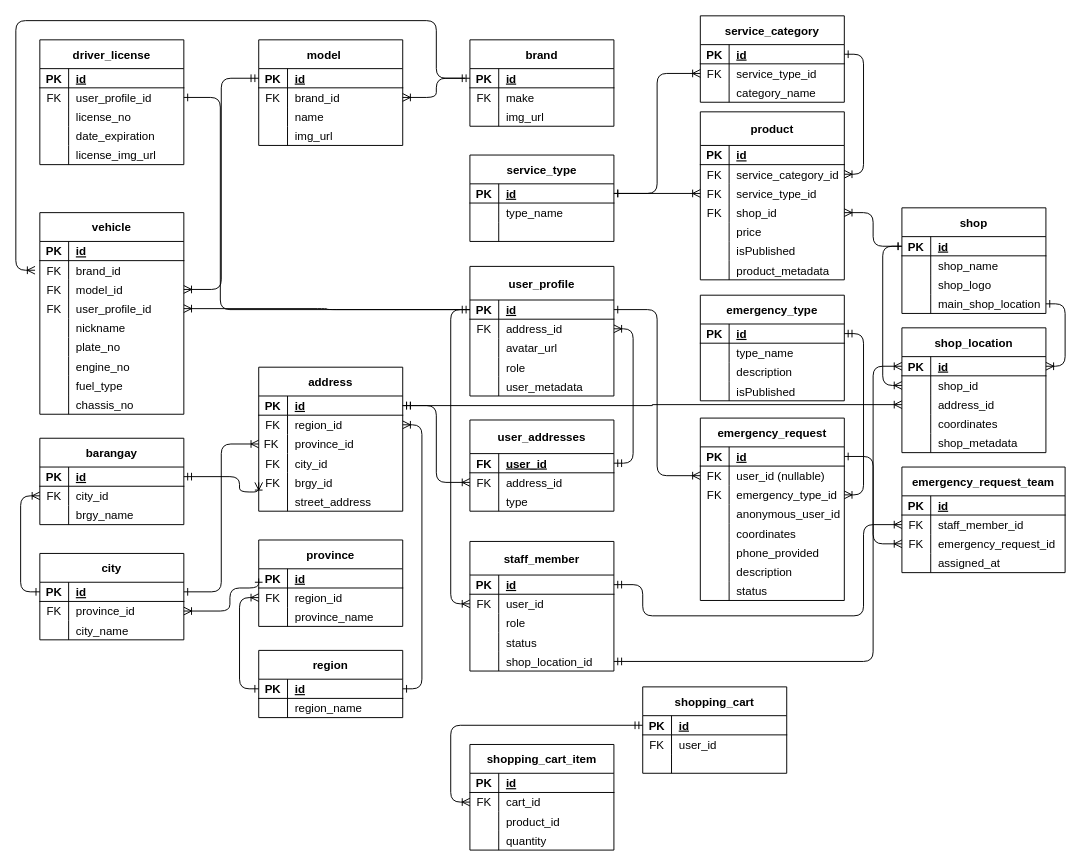
This is Untitled Diagram.drawio from PitZza04/drawIO, a draw.io file, before an edit. Source tidied: cells renumbered, new cells numbered last; positions are measured from the earlier drawing's top-left corner, leaving out a move shared by most shapes. Both pictures are drawn from the tidied source at 96%, with x=0, y=0 at pixel (15, 15).
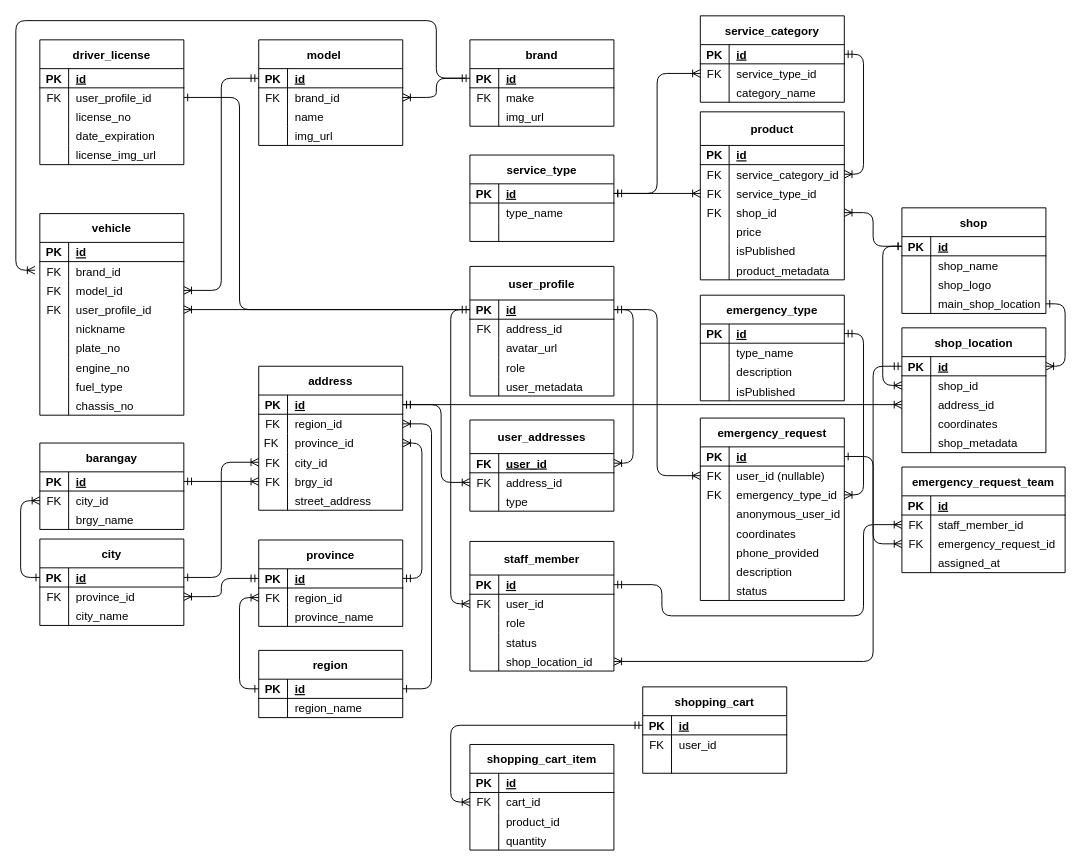
The same diagram, later.

Unchanged cells that the change refers to:
```xml
<mxCell id="6" style="shape=partialRectangle;fillColor=none;top=0;left=0;bottom=0;right=0;points=[[0,0.5],[1,0.5]];portConstraint=eastwest;" parent="2" vertex="1">
  <mxGeometry y="50" width="150" height="20" as="geometry" />
</mxCell>
<mxCell id="19" style="shape=partialRectangle;fillColor=none;top=0;left=0;bottom=1;right=0;points=[[0,0.5],[1,0.5]];portConstraint=eastwest;" parent="18" vertex="1">
  <mxGeometry y="35" width="150" height="20" as="geometry" />
</mxCell>
<mxCell id="22" style="shape=partialRectangle;fillColor=none;top=0;left=0;bottom=0;right=0;points=[[0,0.5],[1,0.5]];portConstraint=eastwest;" parent="18" vertex="1">
  <mxGeometry y="55" width="150" height="20" as="geometry" />
</mxCell>
<mxCell id="35" style="shape=partialRectangle;fillColor=none;top=0;left=0;bottom=1;right=0;points=[[0,0.5],[1,0.5]];portConstraint=eastwest;" parent="34" vertex="1">
  <mxGeometry y="30" width="150" height="20" as="geometry" />
</mxCell>
<mxCell id="38" style="shape=partialRectangle;fillColor=none;top=0;left=0;bottom=0;right=0;points=[[0,0.5],[1,0.5]];portConstraint=eastwest;" parent="34" vertex="1">
  <mxGeometry y="50" width="150" height="20" as="geometry" />
</mxCell>
<mxCell id="41" style="shape=partialRectangle;fillColor=none;top=0;left=0;bottom=0;right=0;points=[[0,0.5],[1,0.5]];portConstraint=eastwest;" parent="34" vertex="1">
  <mxGeometry y="70" width="150" height="20" as="geometry" />
</mxCell>
<mxCell id="44" style="shape=partialRectangle;fillColor=none;top=0;left=0;bottom=0;right=0;points=[[0,0.5],[1,0.5]];portConstraint=eastwest;" parent="34" vertex="1">
  <mxGeometry y="90" width="150" height="20" as="geometry" />
</mxCell>
<mxCell id="47" style="shape=partialRectangle;fillColor=none;top=0;left=0;bottom=0;right=0;points=[[0,0.5],[1,0.5]];portConstraint=eastwest;" parent="34" vertex="1">
  <mxGeometry y="110" width="150" height="20" as="geometry" />
</mxCell>
<mxCell id="54" style="shape=partialRectangle;fillColor=none;top=0;left=0;bottom=1;right=0;points=[[0,0.5],[1,0.5]];portConstraint=eastwest;" parent="53" vertex="1">
  <mxGeometry y="30" width="150" height="20" as="geometry" />
</mxCell>
<mxCell id="61" style="shape=partialRectangle;fillColor=none;top=0;left=0;bottom=1;right=0;points=[[0,0.5],[1,0.5]];portConstraint=eastwest;" parent="60" vertex="1">
  <mxGeometry y="30" width="150" height="20" as="geometry" />
</mxCell>
<mxCell id="64" style="shape=partialRectangle;fillColor=none;top=0;left=0;bottom=0;right=0;points=[[0,0.5],[1,0.5]];portConstraint=eastwest;" parent="60" vertex="1">
  <mxGeometry y="50" width="150" height="20" as="geometry" />
</mxCell>
<mxCell id="71" style="shape=partialRectangle;fillColor=none;top=0;left=0;bottom=1;right=0;points=[[0,0.5],[1,0.5]];portConstraint=eastwest;" parent="70" vertex="1">
  <mxGeometry y="30" width="150" height="20" as="geometry" />
</mxCell>
<mxCell id="81" style="shape=partialRectangle;fillColor=none;top=0;left=0;bottom=1;right=0;points=[[0,0.5],[1,0.5]];portConstraint=eastwest;" parent="80" vertex="1">
  <mxGeometry y="30" width="150" height="20" as="geometry" />
</mxCell>
<mxCell id="151" style="shape=partialRectangle;fillColor=none;top=0;left=0;bottom=0;right=0;points=[[0,0.5],[1,0.5]];portConstraint=eastwest;" parent="147" vertex="1">
  <mxGeometry y="55" width="150" height="20" as="geometry" />
</mxCell>
<mxCell id="170" style="shape=partialRectangle;fillColor=none;top=0;left=0;bottom=1;right=0;points=[[0,0.5],[1,0.5]];portConstraint=eastwest;" parent="169" vertex="1">
  <mxGeometry y="30" width="150" height="20" as="geometry" />
</mxCell>
<mxCell id="181" style="shape=partialRectangle;fillColor=none;top=0;left=0;bottom=1;right=0;points=[[0,0.5],[1,0.5]];portConstraint=eastwest;" parent="180" vertex="1">
  <mxGeometry y="30" width="150" height="20" as="geometry" />
</mxCell>
<mxCell id="184" style="shape=partialRectangle;fillColor=none;top=0;left=0;bottom=0;right=0;points=[[0,0.5],[1,0.5]];portConstraint=eastwest;" parent="180" vertex="1">
  <mxGeometry y="50" width="150" height="20" as="geometry" />
</mxCell>
<mxCell id="233" style="shape=partialRectangle;fillColor=none;top=0;left=0;bottom=1;right=0;points=[[0,0.5],[1,0.5]];portConstraint=eastwest;" parent="232" vertex="1">
  <mxGeometry y="35" width="150" height="20" as="geometry" />
</mxCell>
<mxCell id="236" style="shape=partialRectangle;fillColor=none;top=0;left=0;bottom=0;right=0;points=[[0,0.5],[1,0.5]];portConstraint=eastwest;" parent="232" vertex="1">
  <mxGeometry y="55" width="150" height="20" as="geometry" />
</mxCell>
<mxCell id="245" style="shape=partialRectangle;fillColor=none;top=0;left=0;bottom=1;right=0;points=[[0,0.5],[1,0.5]];portConstraint=eastwest;" parent="244" vertex="1">
  <mxGeometry y="30" width="150" height="20" as="geometry" />
</mxCell>
<mxCell id="266" style="shape=partialRectangle;fillColor=none;top=0;left=0;bottom=0;right=0;points=[[0,0.5],[1,0.5]];portConstraint=eastwest;" parent="262" vertex="1">
  <mxGeometry y="50" width="150" height="20" as="geometry" />
</mxCell>
<mxCell id="291" style="shape=partialRectangle;fillColor=none;top=0;left=0;bottom=0;right=0;points=[[0,0.5],[1,0.5]];portConstraint=eastwest;" parent="287" vertex="1">
  <mxGeometry y="50" width="170" height="20" as="geometry" />
</mxCell>
<mxCell id="304" style="shape=partialRectangle;fillColor=none;top=0;left=0;bottom=1;right=0;points=[[0,0.5],[1,0.5]];portConstraint=eastwest;" parent="303" vertex="1">
  <mxGeometry y="35" width="150" height="20" as="geometry" />
</mxCell>
<mxCell id="316" style="shape=partialRectangle;fillColor=none;top=0;left=0;bottom=0;right=0;points=[[0,0.5],[1,0.5]];portConstraint=eastwest;" parent="303" vertex="1">
  <mxGeometry y="115" width="150" height="20" as="geometry" />
</mxCell>
```

Change to the diagram source:
```diff
@@
     <mxCell id="34" value="address" style="shape=table;startSize=30;childLayout=tableLayout;rowLines=0;fontStyle=1;align=center;" parent="1" vertex="1">
-      <mxGeometry x="253" y="366" width="150" height="150" as="geometry" />
+      <mxGeometry x="253" y="365" width="150" height="150" as="geometry" />
     </mxCell>
@@
     <mxCell id="60" value="city" style="shape=table;startSize=30;childLayout=tableLayout;rowLines=0;fontStyle=1;align=center;" parent="1" vertex="1">
-      <mxGeometry x="25" y="560" width="150" height="90" as="geometry" />
+      <mxGeometry x="25" y="545" width="150" height="90" as="geometry" />
     </mxCell>
@@
     <mxCell id="80" value="barangay" style="shape=table;startSize=30;childLayout=tableLayout;rowLines=0;fontStyle=1;align=center;" parent="1" vertex="1">
-      <mxGeometry x="25" y="440" width="150" height="90" as="geometry" />
+      <mxGeometry x="25" y="445" width="150" height="90" as="geometry" />
     </mxCell>
@@
     <mxCell id="113" value="vehicle" style="shape=table;startSize=30;childLayout=tableLayout;rowLines=0;fontStyle=1;align=center;" parent="1" vertex="1">
-      <mxGeometry x="25" y="205" width="150" height="210" as="geometry" />
+      <mxGeometry x="25" y="206" width="150" height="210" as="geometry" />
     </mxCell>
@@
-    <mxCell id="142" style="edgeStyle=orthogonalEdgeStyle;rounded=1;jettySize=auto;html=1;exitX=1;exitY=0.5;exitDx=0;exitDy=0;entryX=0;entryY=0.5;entryDx=0;entryDy=0;endArrow=ERoneToMany;endFill=0;startArrow=ERone;startFill=0;" parent="1" edge="1" source="61" target="41">
+    <mxCell id="142" style="edgeStyle=orthogonalEdgeStyle;rounded=1;jettySize=auto;html=1;exitX=1;exitY=0.5;exitDx=0;exitDy=0;entryX=0;entryY=0.5;entryDx=0;entryDy=0;endArrow=ERoneToMany;endFill=0;startArrow=ERone;startFill=0;" parent="1" edge="1" source="61" target="44">
       <mxGeometry relative="1" as="geometry" />
     </mxCell>
-    <mxCell id="143" style="edgeStyle=orthogonalEdgeStyle;rounded=1;jettySize=auto;html=1;exitX=0;exitY=0.5;exitDx=0;exitDy=0;entryX=1;entryY=0.5;entryDx=0;entryDy=0;endArrow=ERoneToMany;endFill=0;startArrow=ERone;startFill=0;" parent="1" edge="1" source="71" target="64">
-      <mxGeometry relative="1" as="geometry">
-        <Array as="points">
-          <mxPoint x="223" y="596" />
-          <mxPoint x="223" y="620" />
-        </Array>
-      </mxGeometry>
-    </mxCell>
-    <mxCell id="144" style="edgeStyle=orthogonalEdgeStyle;rounded=1;jettySize=auto;html=1;exitX=1;exitY=0.5;exitDx=0;exitDy=0;entryX=0;entryY=0.5;entryDx=0;entryDy=0;startArrow=ERmandOne;startFill=0;endArrow=ERoneToMany;endFill=0;" parent="1" edge="1" source="81" target="47">
-      <mxGeometry relative="1" as="geometry">
-        <Array as="points">
-          <mxPoint x="233" y="480" />
-          <mxPoint x="233" y="496" />
-        </Array>
-      </mxGeometry>
-    </mxCell>
@@
-    <mxCell id="190" style="edgeStyle=orthogonalEdgeStyle;rounded=1;jettySize=auto;html=1;exitX=1;exitY=0.5;exitDx=0;exitDy=0;entryX=0;entryY=0.5;entryDx=0;entryDy=0;startArrow=ERone;startFill=0;endArrow=ERoneToMany;endFill=0;" parent="1" edge="1" source="170" target="184">
+    <mxCell id="190" style="edgeStyle=orthogonalEdgeStyle;rounded=1;jettySize=auto;html=1;exitX=1;exitY=0.5;exitDx=0;exitDy=0;entryX=0;entryY=0.5;entryDx=0;entryDy=0;startArrow=ERmandOne;startFill=0;endArrow=ERoneToMany;endFill=0;" parent="1" edge="1" source="170" target="184">
       <mxGeometry relative="1" as="geometry" />
     </mxCell>
-    <mxCell id="191" style="edgeStyle=orthogonalEdgeStyle;rounded=1;jettySize=auto;html=1;exitX=1;exitY=0.5;exitDx=0;exitDy=0;startArrow=ERone;startFill=0;endArrow=ERoneToMany;endFill=0;" parent="1" edge="1" source="181" target="151">
+    <mxCell id="191" style="edgeStyle=orthogonalEdgeStyle;rounded=1;jettySize=auto;html=1;exitX=1;exitY=0.5;exitDx=0;exitDy=0;startArrow=ERmandOne;startFill=0;endArrow=ERoneToMany;endFill=0;" parent="1" edge="1" source="181" target="151">
       <mxGeometry relative="1" as="geometry" />
     </mxCell>
@@
     <mxCell id="231" style="edgeStyle=orthogonalEdgeStyle;rounded=1;jettySize=auto;html=1;exitX=1;exitY=0.5;exitDx=0;exitDy=0;entryX=1;entryY=0.5;entryDx=0;entryDy=0;startArrow=ERone;startFill=0;endArrow=ERoneToMany;endFill=0;" parent="1" edge="1" source="54" target="38">
-      <mxGeometry relative="1" as="geometry" />
+      <mxGeometry relative="1" as="geometry">
+        <Array as="points">
+          <mxPoint x="433" y="701" />
+          <mxPoint x="433" y="425" />
+        </Array>
+      </mxGeometry>
     </mxCell>
@@
     <mxCell id="242" style="edgeStyle=orthogonalEdgeStyle;rounded=1;jettySize=auto;html=1;exitX=1;exitY=0.5;exitDx=0;exitDy=0;entryX=0;entryY=0.5;entryDx=0;entryDy=0;startArrow=ERmandOne;startFill=0;endArrow=ERoneToMany;endFill=0;" parent="1" edge="1" source="35" target="236">
-      <mxGeometry relative="1" as="geometry" />
+      <mxGeometry relative="1" as="geometry">
+        <Array as="points">
+          <mxPoint x="443" y="405" />
+          <mxPoint x="443" y="486" />
+        </Array>
+      </mxGeometry>
     </mxCell>
-    <mxCell id="243" style="edgeStyle=orthogonalEdgeStyle;rounded=1;jettySize=auto;html=1;exitX=1;exitY=0.5;exitDx=0;exitDy=0;startArrow=ERmandOne;startFill=0;endArrow=ERoneToMany;endFill=0;" parent="1" edge="1" source="233" target="22">
-      <mxGeometry relative="1" as="geometry" />
-    </mxCell>
@@
-    <mxCell id="300" style="edgeStyle=orthogonalEdgeStyle;rounded=1;jettySize=auto;html=1;exitX=1;exitY=0.5;exitDx=0;exitDy=0;entryX=0;entryY=0.5;entryDx=0;entryDy=0;startArrow=ERone;startFill=0;endArrow=ERoneToMany;endFill=0;" parent="1" edge="1" source="19" target="266">
+    <mxCell id="300" style="edgeStyle=orthogonalEdgeStyle;rounded=1;jettySize=auto;html=1;exitX=1;exitY=0.5;exitDx=0;exitDy=0;entryX=0;entryY=0.5;entryDx=0;entryDy=0;startArrow=ERmandOne;startFill=0;endArrow=ERoneToMany;endFill=0;" parent="1" edge="1" source="19" target="266">
       <mxGeometry relative="1" as="geometry" />
     </mxCell>
@@
-    <mxCell id="320" style="edgeStyle=orthogonalEdgeStyle;rounded=1;jettySize=auto;html=1;exitX=1;exitY=0.5;exitDx=0;exitDy=0;entryX=0;entryY=0.5;entryDx=0;entryDy=0;startArrow=ERmandOne;startFill=0;endArrow=ERoneToMany;endFill=0;" parent="1" edge="1" source="316" target="245">
-      <mxGeometry relative="1" as="geometry">
-        <Array as="points">
-          <mxPoint x="893" y="673" />
-          <mxPoint x="893" y="365" />
-        </Array>
-      </mxGeometry>
-    </mxCell>
@@
     <mxCell id="323" style="edgeStyle=orthogonalEdgeStyle;rounded=1;jettySize=auto;html=1;exitX=0;exitY=0.5;exitDx=0;exitDy=0;entryX=1;entryY=0.5;entryDx=0;entryDy=0;endArrow=ERone;endFill=0;" parent="1" edge="1" source="19" target="6">
       <mxGeometry relative="1" as="geometry">
         <Array as="points">
-          <mxPoint x="213" y="306" />
-          <mxPoint x="213" y="85" />
+          <mxPoint x="233" y="306" />
+          <mxPoint x="233" y="85" />
         </Array>
       </mxGeometry>
     </mxCell>
@@
     <mxCell id="338" style="edgeStyle=orthogonalEdgeStyle;rounded=1;jettySize=auto;html=1;exitX=1;exitY=0.5;exitDx=0;exitDy=0;startArrow=ERmandOne;startFill=0;entryX=0;entryY=0.5;entryDx=0;entryDy=0;endArrow=ERoneToMany;endFill=0;" parent="1" edge="1" source="304" target="291">
       <mxGeometry relative="1" as="geometry">
         <Array as="points">
-          <mxPoint x="653" y="592" />
-          <mxPoint x="653" y="625" />
+          <mxPoint x="673" y="593" />
+          <mxPoint x="673" y="625" />
           <mxPoint x="883" y="625" />
           <mxPoint x="883" y="530" />
         </Array>
       </mxGeometry>
     </mxCell>
+    <mxCell id="144" style="edgeStyle=orthogonalEdgeStyle;rounded=1;jettySize=auto;html=1;exitX=1;exitY=0.5;exitDx=0;exitDy=0;entryX=0;entryY=0.5;entryDx=0;entryDy=0;startArrow=ERmandOne;startFill=0;endArrow=ERoneToMany;endFill=0;" parent="1" edge="1" source="81" target="47">
+      <mxGeometry relative="1" as="geometry" />
+    </mxCell>
+    <mxCell id="339" style="edgeStyle=orthogonalEdgeStyle;rounded=1;jettySize=auto;html=1;exitX=1;exitY=0.5;exitDx=0;exitDy=0;entryX=1;entryY=0.5;entryDx=0;entryDy=0;startArrow=ERmandOne;startFill=0;endArrow=ERoneToMany;endFill=0;" parent="1" edge="1" source="71" target="41">
+      <mxGeometry relative="1" as="geometry">
+        <Array as="points">
+          <mxPoint x="423" y="586" />
+          <mxPoint x="423" y="445" />
+        </Array>
+      </mxGeometry>
+    </mxCell>
+    <mxCell id="143" style="edgeStyle=orthogonalEdgeStyle;rounded=1;jettySize=auto;html=1;exitX=0;exitY=0.5;exitDx=0;exitDy=0;entryX=1;entryY=0.5;entryDx=0;entryDy=0;startArrow=ERmandOne;startFill=0;endArrow=ERoneToMany;endFill=0;" parent="1" edge="1" source="71" target="64">
+      <mxGeometry relative="1" as="geometry" />
+    </mxCell>
+    <mxCell id="340" style="edgeStyle=orthogonalEdgeStyle;rounded=1;jettySize=auto;html=1;exitX=0;exitY=0.5;exitDx=0;exitDy=0;entryX=1;entryY=0.5;entryDx=0;entryDy=0;startArrow=ERmandOne;startFill=0;endArrow=ERoneToMany;endFill=0;" parent="1" edge="1" source="245" target="316">
+      <mxGeometry relative="1" as="geometry">
+        <Array as="points">
+          <mxPoint x="893" y="365" />
+          <mxPoint x="893" y="673" />
+        </Array>
+      </mxGeometry>
+    </mxCell>
+    <mxCell id="341" style="edgeStyle=orthogonalEdgeStyle;rounded=1;jettySize=auto;html=1;exitX=1;exitY=0.5;exitDx=0;exitDy=0;entryX=1;entryY=0.5;entryDx=0;entryDy=0;endArrow=ERoneToMany;endFill=0;" parent="1" edge="1" source="19" target="233">
+      <mxGeometry relative="1" as="geometry" />
+    </mxCell>
```
